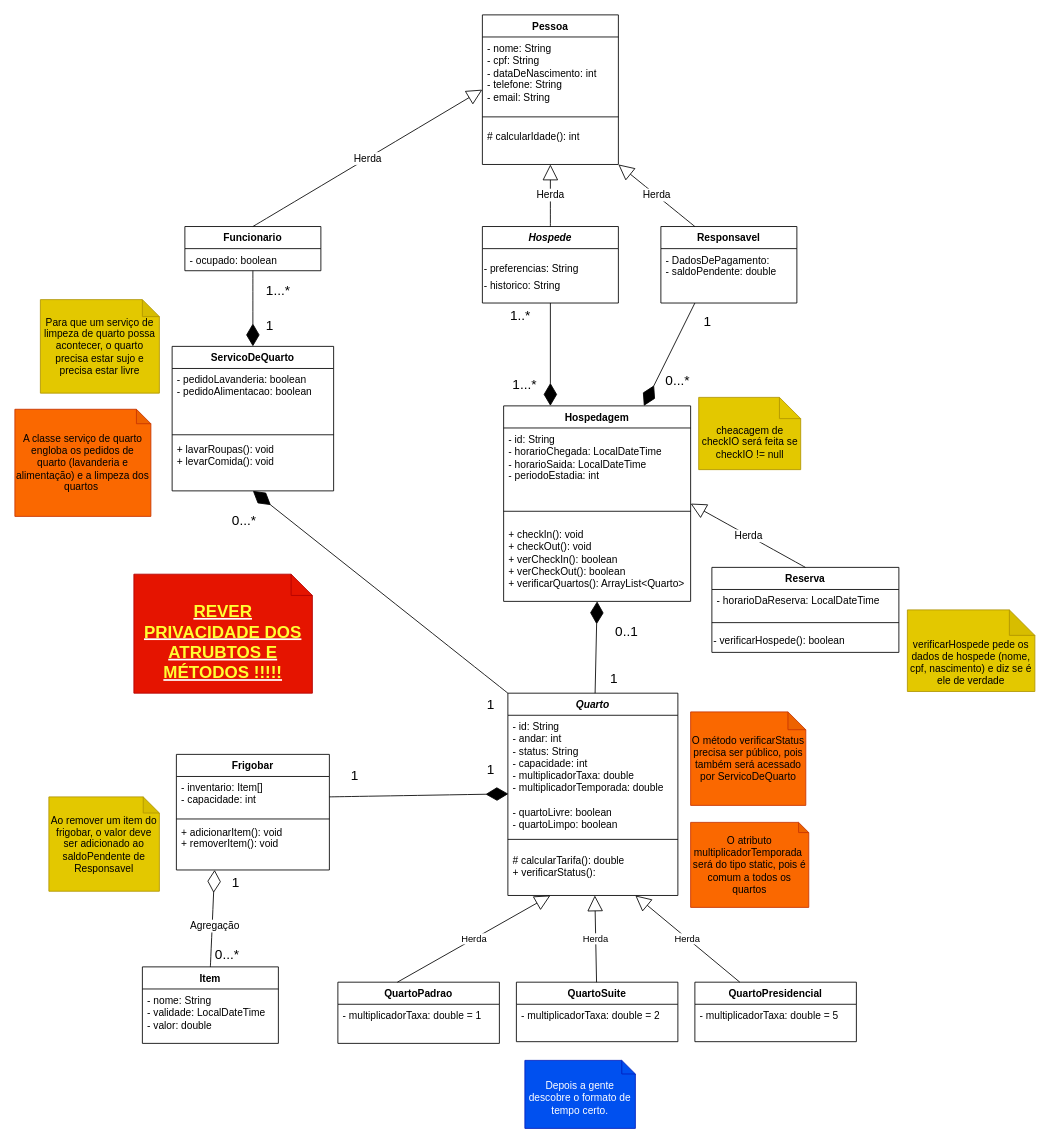
Earlier version of the draw.io diagram HotelDeHilbert.drawio (tucq27/Entrega1-IP2-SmartHotel). Source tidied: cells renumbered, new cells numbered last; positions are measured from the earlier drawing's top-left corner, leaving out a move shared by most shapes. Both pictures are drawn from the tidied source at 85%, with x=0, y=0 at pixel (14, 14).
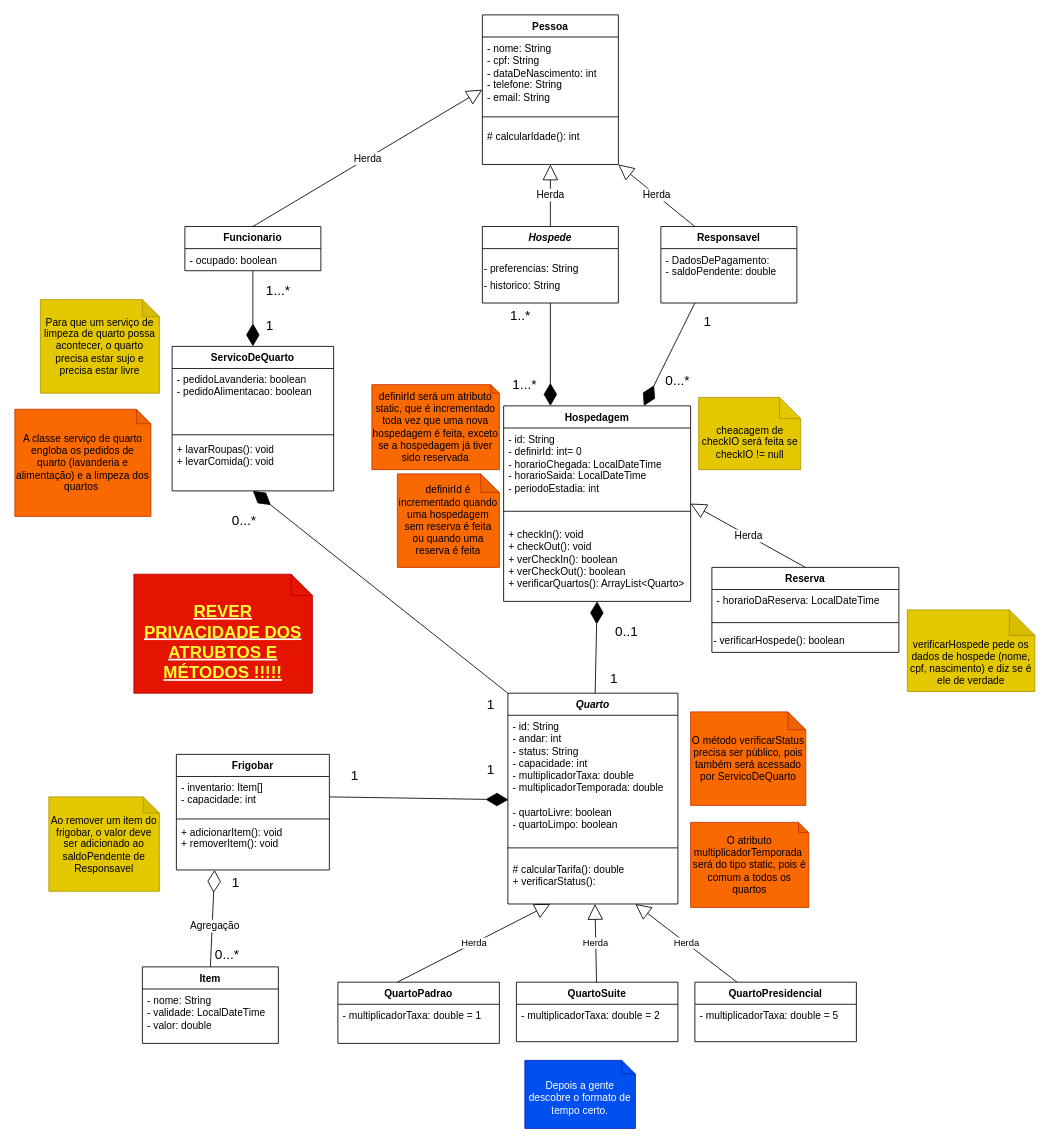
After the change.

Commit message:
adicionei um atributo static em Hospedagem

o atributo definirId serve pra definir o id da próxima hospedagem

The change refers to these unchanged cells:
```xml
<mxCell id="37" value="Hospedagem" style="swimlane;fontStyle=1;align=center;verticalAlign=top;horizontal=1;startSize=26;whiteSpace=wrap;html=1;" parent="1" vertex="1">
  <mxGeometry x="575" y="460" width="220" height="230" as="geometry" />
</mxCell>
```

The edit, as a diff of the source:
```diff
@@
     <mxCell id="2" value="&lt;i&gt;Quarto&lt;/i&gt;" style="swimlane;fontStyle=1;align=center;verticalAlign=top;horizontal=1;startSize=26;whiteSpace=wrap;html=1;" parent="1" vertex="1">
-      <mxGeometry x="580" y="798" width="200" height="238" as="geometry" />
+      <mxGeometry x="580" y="798" width="200" height="248" as="geometry" />
     </mxCell>
-    <mxCell id="3" value="&lt;div&gt;- id: String&lt;/div&gt;- andar: int&lt;div&gt;- status: String&lt;/div&gt;&lt;div&gt;- capacidade: int&lt;/div&gt;&lt;div&gt;- multiplicadorTaxa: double&lt;/div&gt;&lt;div&gt;- multiplicadorTemporada: double&lt;/div&gt;&lt;div&gt;&lt;br&gt;&lt;/div&gt;&lt;div&gt;- quartoLivre: boolean&lt;/div&gt;&lt;div&gt;- quartoLimpo: boolean&lt;/div&gt;&lt;div&gt;&lt;br&gt;&lt;/div&gt;" style="text;strokeColor=none;fillColor=none;align=left;verticalAlign=top;spacingLeft=4;spacingRight=4;overflow=hidden;points=[[0,0.5],[1,0.5]];portConstraint=eastwest;whiteSpace=wrap;html=1;" parent="2" vertex="1">
-      <mxGeometry y="26" width="200" height="134" as="geometry" />
+    <mxCell id="3" value="&lt;div&gt;- id: String&lt;/div&gt;&lt;div&gt;&lt;span style=&quot;background-color: transparent; color: light-dark(rgb(0, 0, 0), rgb(255, 255, 255));&quot;&gt;- andar: int&lt;/span&gt;&lt;/div&gt;&lt;div&gt;- status: String&lt;/div&gt;&lt;div&gt;- capacidade: int&lt;/div&gt;&lt;div&gt;- multiplicadorTaxa: double&lt;/div&gt;&lt;div&gt;- multiplicadorTemporada: double&lt;/div&gt;&lt;div&gt;&lt;br&gt;&lt;/div&gt;&lt;div&gt;- quartoLivre: boolean&lt;/div&gt;&lt;div&gt;- quartoLimpo: boolean&lt;/div&gt;&lt;div&gt;&lt;br&gt;&lt;/div&gt;" style="text;strokeColor=none;fillColor=none;align=left;verticalAlign=top;spacingLeft=4;spacingRight=4;overflow=hidden;points=[[0,0.5],[1,0.5]];portConstraint=eastwest;whiteSpace=wrap;html=1;" parent="2" vertex="1">
+      <mxGeometry y="26" width="200" height="144" as="geometry" />
     </mxCell>
     <mxCell id="4" style="line;strokeWidth=1;fillColor=none;align=left;verticalAlign=middle;spacingTop=-1;spacingLeft=3;spacingRight=3;labelPosition=right;strokeColor=inherit;" parent="2" vertex="1">
-      <mxGeometry y="160" width="200" height="24" as="geometry" />
+      <mxGeometry y="170" width="200" height="24" as="geometry" />
     </mxCell>
     <mxCell id="5" value="# calcularTarifa(): double&lt;div&gt;+ verificarStatus():&amp;nbsp;&lt;/div&gt;" style="text;strokeColor=none;fillColor=none;align=left;verticalAlign=top;spacingLeft=4;spacingRight=4;overflow=hidden;whiteSpace=wrap;html=1;" parent="2" vertex="1">
-      <mxGeometry y="184" width="200" height="54" as="geometry" />
+      <mxGeometry y="194" width="200" height="54" as="geometry" />
     </mxCell>
@@
-    <mxCell id="38" value="&lt;div&gt;&lt;div&gt;- id: String&lt;/div&gt;&lt;div&gt;- horarioChegada: LocalDateTime&lt;/div&gt;&lt;div&gt;-&amp;nbsp;&lt;span style=&quot;background-color: transparent; color: light-dark(rgb(0, 0, 0), rgb(255, 255, 255));&quot;&gt;horarioSaida: LocalDateTime&lt;/span&gt;&lt;/div&gt;&lt;/div&gt;&lt;div&gt;- periodoEstadia: int&lt;/div&gt;&lt;div&gt;&lt;br&gt;&lt;/div&gt;" style="text;strokeColor=none;fillColor=none;align=left;verticalAlign=top;spacingLeft=4;spacingRight=4;overflow=hidden;whiteSpace=wrap;html=1;" parent="37" vertex="1">
+    <mxCell id="38" value="&lt;div&gt;&lt;div&gt;- id: String&lt;/div&gt;&lt;div&gt;&lt;div&gt;- definirId: int= 0&lt;/div&gt;&lt;/div&gt;&lt;div&gt;- horarioChegada: LocalDateTime&lt;/div&gt;&lt;div&gt;-&amp;nbsp;&lt;span style=&quot;background-color: transparent; color: light-dark(rgb(0, 0, 0), rgb(255, 255, 255));&quot;&gt;horarioSaida: LocalDateTime&lt;/span&gt;&lt;/div&gt;&lt;/div&gt;&lt;div&gt;- periodoEstadia: int&lt;/div&gt;&lt;div&gt;&lt;br&gt;&lt;/div&gt;" style="text;strokeColor=none;fillColor=none;align=left;verticalAlign=top;spacingLeft=4;spacingRight=4;overflow=hidden;whiteSpace=wrap;html=1;" parent="37" vertex="1">
       <mxGeometry y="26" width="220" height="84" as="geometry" />
     </mxCell>
@@
+    <mxCell id="79" value="definirId será um atributo static, que é incrementado toda vez que uma nova hospedagem é feita, exceto se a hospedagem já tiver sido reservada" style="shape=note;whiteSpace=wrap;html=1;backgroundOutline=1;darkOpacity=0.05;size=10;fillColor=#fa6800;fontColor=#000000;strokeColor=#C73500;" parent="1" vertex="1">
+      <mxGeometry x="420" y="435" width="150" height="100" as="geometry" />
+    </mxCell>
+    <mxCell id="80" value="definirId é incrementado quando uma hospedagem sem reserva é feita ou quando uma reserva é feita" style="shape=note;whiteSpace=wrap;html=1;backgroundOutline=1;darkOpacity=0.05;size=22;fillColor=#fa6800;fontColor=#000000;strokeColor=#C73500;" parent="1" vertex="1">
+      <mxGeometry x="450" y="540" width="120" height="110" as="geometry" />
+    </mxCell>
```
